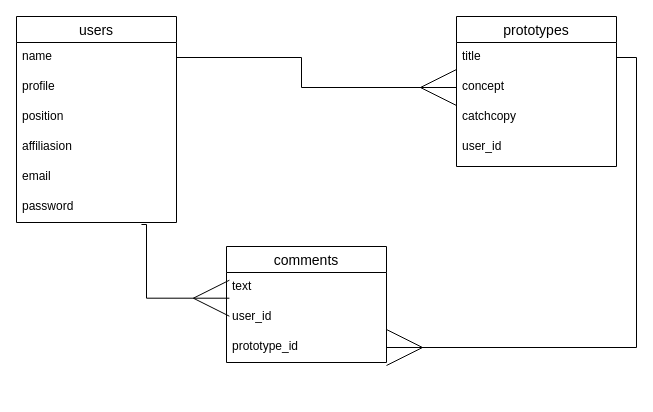
Earlier version of the draw.io diagram er.dio (tomons291/protospace-fukui2021-monaka). Source tidied: cells renumbered, new cells numbered last; positions are measured from the earlier drawing's top-left corner, leaving out a move shared by most shapes. Both pictures are drawn from the tidied source at 100%, with x=0, y=0 at pixel (16, 16).
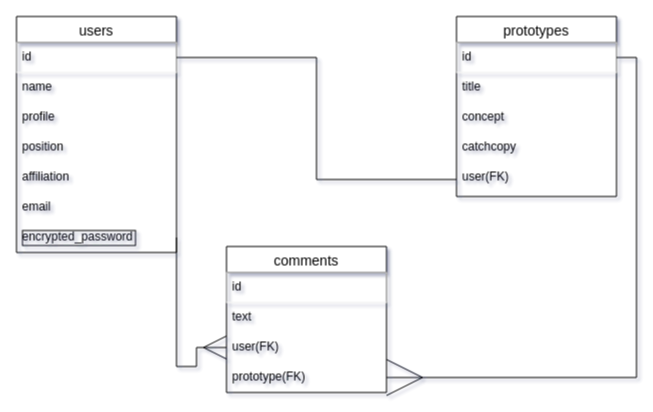
After the change.

Commit message:
リードミー打ち合わせ1回目

Change to the diagram source:
```diff
@@
-<mxGraphModel>
+<mxGraphModel shadow="1">
@@
     <mxCell id="2" value="prototypes" style="swimlane;fontStyle=0;horizontal=1;startSize=26;align=center;fontSize=14;" parent="1" vertex="1">
-      <mxGeometry x="440" width="160" height="150" as="geometry" />
+      <mxGeometry x="440" width="160" height="180" as="geometry" />
     </mxCell>
-    <mxCell id="3" value="title" style="text;strokeColor=none;fillColor=none;spacingLeft=4;spacingRight=4;overflow=hidden;points=[[0,0.5],[1,0.5]];portConstraint=eastwest;fontSize=12;" parent="2" vertex="1">
+    <mxCell id="3" value="id" style="text;fillColor=none;spacingLeft=4;spacingRight=4;overflow=hidden;points=[[0,0.5],[1,0.5]];portConstraint=eastwest;fontSize=12;strokeColor=#f0f0f0;" parent="2" vertex="1">
       <mxGeometry y="26" width="160" height="30" as="geometry" />
     </mxCell>
+    <mxCell id="21" value="title" style="text;strokeColor=none;fillColor=none;spacingLeft=4;spacingRight=4;overflow=hidden;fontSize=12;" parent="2" vertex="1">
+      <mxGeometry y="56" width="160" height="30" as="geometry" />
+    </mxCell>
     <mxCell id="4" value="concept" style="text;strokeColor=none;fillColor=none;spacingLeft=4;spacingRight=4;overflow=hidden;points=[[0,0.5],[1,0.5]];portConstraint=eastwest;fontSize=12;" parent="2" vertex="1">
-      <mxGeometry y="56" width="160" height="30" as="geometry" />
+      <mxGeometry y="86" width="160" height="30" as="geometry" />
     </mxCell>
     <mxCell id="5" value="catchcopy" style="text;strokeColor=none;fillColor=none;spacingLeft=4;spacingRight=4;overflow=hidden;fontSize=12;" parent="2" vertex="1">
-      <mxGeometry y="86" width="160" height="30" as="geometry" />
+      <mxGeometry y="116" width="160" height="30" as="geometry" />
     </mxCell>
-    <mxCell id="6" value="user_id" style="text;strokeColor=none;fillColor=none;spacingLeft=4;spacingRight=4;overflow=hidden;points=[[0,0.5],[1,0.5]];portConstraint=eastwest;fontSize=12;" parent="2" vertex="1">
-      <mxGeometry y="116" width="160" height="34" as="geometry" />
+    <mxCell id="6" value="user(FK)" style="text;strokeColor=none;fillColor=none;spacingLeft=4;spacingRight=4;overflow=hidden;points=[[0,0.5],[1,0.5]];portConstraint=eastwest;fontSize=12;" parent="2" vertex="1">
+      <mxGeometry y="146" width="160" height="34" as="geometry" />
     </mxCell>
     <mxCell id="7" value="comments" style="swimlane;fontStyle=0;horizontal=1;startSize=26;align=center;fontSize=14;" parent="1" vertex="1">
-      <mxGeometry x="210" y="230" width="160" height="116" as="geometry" />
+      <mxGeometry x="210" y="230" width="160" height="146" as="geometry" />
     </mxCell>
+    <mxCell id="22" value="id" style="text;fillColor=none;spacingLeft=4;spacingRight=4;overflow=hidden;fontSize=12;strokeColor=#f0f0f0;" parent="7" vertex="1">
+      <mxGeometry y="26" width="160" height="30" as="geometry" />
+    </mxCell>
-    <mxCell id="8" value="text" style="text;strokeColor=none;fillColor=none;spacingLeft=4;spacingRight=4;overflow=hidden;fontSize=12;" parent="7" vertex="1">
-      <mxGeometry y="26" width="160" height="30" as="geometry" />
+    <mxCell id="8" value="text" style="text;fillColor=none;spacingLeft=4;spacingRight=4;overflow=hidden;fontSize=12;" parent="7" vertex="1">
+      <mxGeometry y="56" width="160" height="30" as="geometry" />
     </mxCell>
-    <mxCell id="9" value="user_id" style="text;strokeColor=none;fillColor=none;spacingLeft=4;spacingRight=4;overflow=hidden;points=[[0,0.5],[1,0.5]];portConstraint=eastwest;fontSize=12;" parent="7" vertex="1">
-      <mxGeometry y="56" width="160" height="30" as="geometry" />
+    <mxCell id="9" value="user(FK)" style="text;strokeColor=none;fillColor=none;spacingLeft=4;spacingRight=4;overflow=hidden;points=[[0,0.5],[1,0.5]];portConstraint=eastwest;fontSize=12;" parent="7" vertex="1">
+      <mxGeometry y="86" width="160" height="30" as="geometry" />
     </mxCell>
-    <mxCell id="10" value="prototype_id&#10;" style="text;strokeColor=none;fillColor=none;spacingLeft=4;spacingRight=4;overflow=hidden;points=[[0,0.5],[1,0.5]];portConstraint=eastwest;fontSize=12;" parent="7" vertex="1">
-      <mxGeometry y="86" width="160" height="30" as="geometry" />
+    <mxCell id="10" value="prototype(FK)" style="text;strokeColor=none;fillColor=none;spacingLeft=4;spacingRight=4;overflow=hidden;points=[[0,0.5],[1,0.5]];portConstraint=eastwest;fontSize=12;" parent="7" vertex="1">
+      <mxGeometry y="116" width="160" height="30" as="geometry" />
     </mxCell>
     <mxCell id="11" value="users" style="swimlane;fontStyle=0;horizontal=1;startSize=26;align=center;fontSize=14;" parent="1" vertex="1">
-      <mxGeometry width="160" height="206" as="geometry" />
+      <mxGeometry width="160" height="236" as="geometry" />
     </mxCell>
-    <mxCell id="12" value="name" style="text;strokeColor=none;fillColor=none;spacingLeft=4;spacingRight=4;overflow=hidden;points=[[0,0.5],[1,0.5]];portConstraint=eastwest;fontSize=12;" parent="11" vertex="1">
+    <mxCell id="12" value="id" style="text;fillColor=none;spacingLeft=4;spacingRight=4;overflow=hidden;points=[[0,0.5],[1,0.5]];portConstraint=eastwest;fontSize=12;strokeWidth=1;rounded=0;strokeColor=#f0f0f0;" parent="11" vertex="1">
       <mxGeometry y="26" width="160" height="30" as="geometry" />
     </mxCell>
+    <mxCell id="23" value="name" style="text;strokeColor=none;fillColor=none;spacingLeft=4;spacingRight=4;overflow=hidden;fontSize=12;" parent="11" vertex="1">
+      <mxGeometry y="56" width="160" height="30" as="geometry" />
+    </mxCell>
     <mxCell id="13" value="profile" style="text;strokeColor=none;fillColor=none;spacingLeft=4;spacingRight=4;overflow=hidden;fontSize=12;" parent="11" vertex="1">
-      <mxGeometry y="56" width="160" height="30" as="geometry" />
+      <mxGeometry y="86" width="160" height="30" as="geometry" />
     </mxCell>
     <mxCell id="14" value="position" style="text;strokeColor=none;fillColor=none;spacingLeft=4;spacingRight=4;overflow=hidden;fontSize=12;" parent="11" vertex="1">
-      <mxGeometry y="86" width="160" height="30" as="geometry" />
+      <mxGeometry y="116" width="160" height="30" as="geometry" />
     </mxCell>
-    <mxCell id="15" value="affiliasion" style="text;strokeColor=none;fillColor=none;spacingLeft=4;spacingRight=4;overflow=hidden;fontSize=12;" parent="11" vertex="1">
-      <mxGeometry y="116" width="160" height="30" as="geometry" />
+    <mxCell id="15" value="affiliation" style="text;strokeColor=none;fillColor=none;spacingLeft=4;spacingRight=4;overflow=hidden;fontSize=12;" parent="11" vertex="1">
+      <mxGeometry y="146" width="160" height="30" as="geometry" />
     </mxCell>
     <mxCell id="16" value="email" style="text;strokeColor=none;fillColor=none;spacingLeft=4;spacingRight=4;overflow=hidden;fontSize=12;" parent="11" vertex="1">
-      <mxGeometry y="146" width="160" height="30" as="geometry" />
+      <mxGeometry y="176" width="160" height="30" as="geometry" />
     </mxCell>
-    <mxCell id="17" value="password" style="text;strokeColor=none;fillColor=none;spacingLeft=4;spacingRight=4;overflow=hidden;points=[[0,0.5],[1,0.5]];portConstraint=eastwest;fontSize=12;" parent="11" vertex="1">
-      <mxGeometry y="176" width="160" height="30" as="geometry" />
+    <mxCell id="17" value="encrypted_password " style="text;strokeColor=none;fillColor=none;spacingLeft=4;spacingRight=4;overflow=hidden;points=[[0,0.5],[1,0.5]];portConstraint=eastwest;fontSize=12;labelBorderColor=#000000;" parent="11" vertex="1">
+      <mxGeometry y="206" width="160" height="30" as="geometry" />
     </mxCell>
-    <mxCell id="18" style="edgeStyle=orthogonalEdgeStyle;rounded=0;jettySize=auto;html=1;entryX=0.018;entryY=-0.143;entryDx=0;entryDy=0;entryPerimeter=0;endArrow=ERmany;endFill=0;strokeWidth=1;endSize=34;exitX=0.781;exitY=1.067;exitDx=0;exitDy=0;exitPerimeter=0;" parent="1" edge="1" source="17" target="9">
-      <mxGeometry relative="1" as="geometry">
-        <Array as="points">
-          <mxPoint x="130" y="208" />
-          <mxPoint x="130" y="282" />
-        </Array>
-      </mxGeometry>
-    </mxCell>
@@
-    <mxCell id="20" style="edgeStyle=orthogonalEdgeStyle;rounded=0;jettySize=auto;html=1;exitX=1;exitY=0.5;exitDx=0;exitDy=0;endArrow=ERmany;endFill=0;endSize=34;strokeWidth=1;entryX=0;entryY=0.5;entryDx=0;entryDy=0;" parent="1" edge="1" source="12" target="4">
+    <mxCell id="20" style="edgeStyle=orthogonalEdgeStyle;rounded=0;jettySize=auto;html=1;exitX=1;exitY=0.5;exitDx=0;exitDy=0;endArrow=none;endFill=0;endSize=34;strokeWidth=1;entryX=0;entryY=0.5;entryDx=0;entryDy=0;" parent="1" edge="1" source="12" target="6">
       <mxGeometry relative="1" as="geometry" />
     </mxCell>
+    <mxCell id="18" style="edgeStyle=orthogonalEdgeStyle;rounded=0;jettySize=auto;html=1;exitX=1;exitY=0.5;exitDx=0;exitDy=0;entryX=0;entryY=0.5;entryDx=0;entryDy=0;endArrow=ERmany;endFill=0;jumpSize=6;endSize=21;" parent="1" edge="1" source="17" target="9">
+      <mxGeometry relative="1" as="geometry">
+        <Array as="points">
+          <mxPoint x="160" y="350" />
+          <mxPoint x="180" y="350" />
+          <mxPoint x="180" y="331" />
+        </Array>
+      </mxGeometry>
+    </mxCell>
```
